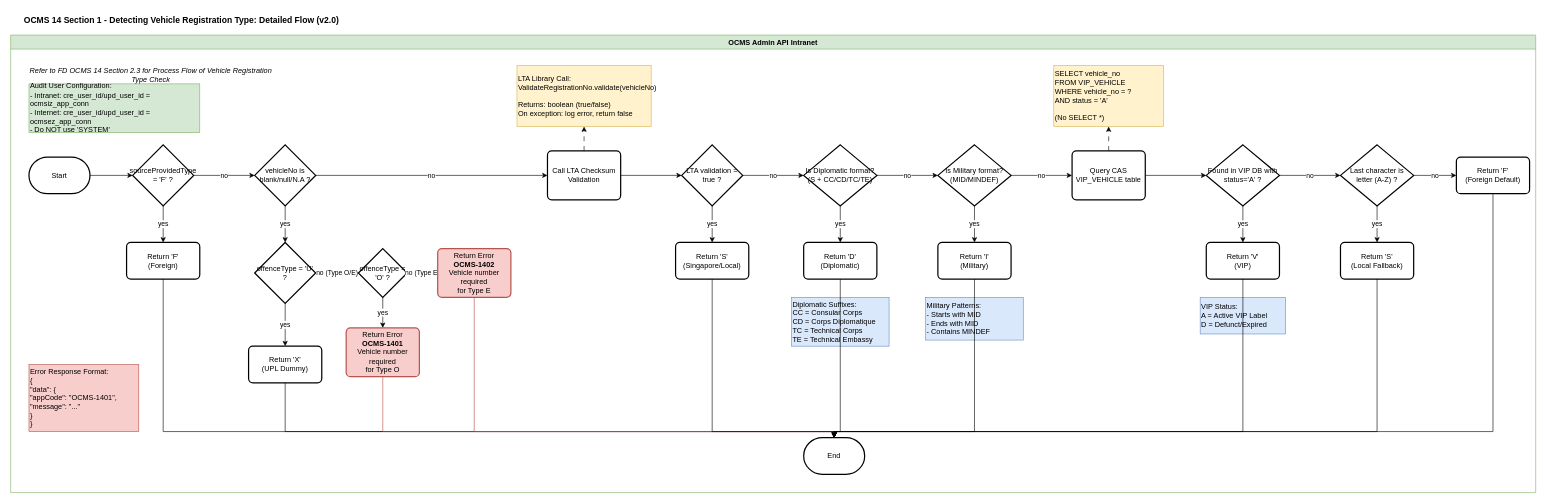
Before: page "Section_1_Vehicle_Reg_Type_Check" (2 of 2) of OCMS 14/Section 1/OCMS14-Technical_Flowchart_Section_1.drawio in rafifmgg/techdoc, a draw.io diagram. Source tidied: cells renumbered, new cells numbered last; positions are measured from the earlier drawing's top-left corner, leaving out a move shared by most shapes. Both pictures are drawn from the tidied source at 61%, with x=0, y=0 at pixel (10, 10).
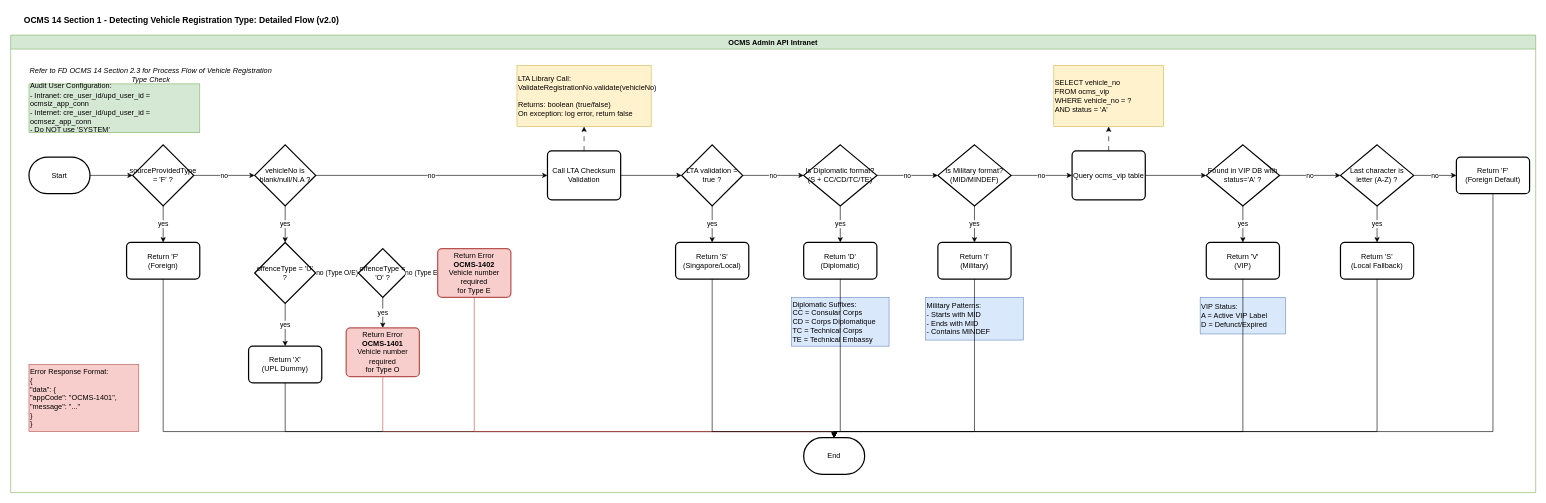
The same diagram, later.

Unchanged cells that the change refers to:
```xml
<mxCell id="3" value="OCMS Admin API Intranet" style="swimlane;whiteSpace=wrap;html=1;fillColor=#d5e8d4;strokeColor=#82b366;" parent="1" vertex="1">
  <mxGeometry y="40" width="2500" height="750" as="geometry" />
</mxCell>
```

Change to the diagram source:
```diff
@@
-    <mxCell id="40" value="Query CAS VIP_VEHICLE table" style="rounded=1;whiteSpace=wrap;html=1;absoluteArcSize=1;arcSize=14;strokeWidth=2;" parent="3" vertex="1">
+    <mxCell id="40" value="Query ocms_vip table" style="rounded=1;whiteSpace=wrap;html=1;absoluteArcSize=1;arcSize=14;strokeWidth=2;" parent="3" vertex="1">
       <mxGeometry x="1740" y="190" width="120" height="80" as="geometry" />
     </mxCell>
@@
-    <mxCell id="42" value="SELECT vehicle_no&lt;div&gt;FROM VIP_VEHICLE&lt;/div&gt;&lt;div&gt;WHERE vehicle_no = ?&lt;/div&gt;&lt;div&gt;AND status = 'A'&lt;/div&gt;&lt;div&gt;&lt;br&gt;&lt;/div&gt;&lt;div&gt;(No SELECT *)&lt;/div&gt;" style="text;html=1;whiteSpace=wrap;strokeColor=#d6b656;fillColor=#fff2cc;align=left;verticalAlign=middle;rounded=0;" parent="3" vertex="1">
+    <mxCell id="42" value="SELECT vehicle_no&lt;div&gt;FROM ocms_vip&lt;/div&gt;&lt;div&gt;WHERE vehicle_no = ?&lt;/div&gt;&lt;div&gt;AND status = 'A'&lt;/div&gt;" style="text;html=1;whiteSpace=wrap;strokeColor=#d6b656;fillColor=#fff2cc;align=left;verticalAlign=middle;rounded=0;" parent="3" vertex="1">
       <mxGeometry x="1710" y="50" width="180" height="100" as="geometry" />
     </mxCell>
```
